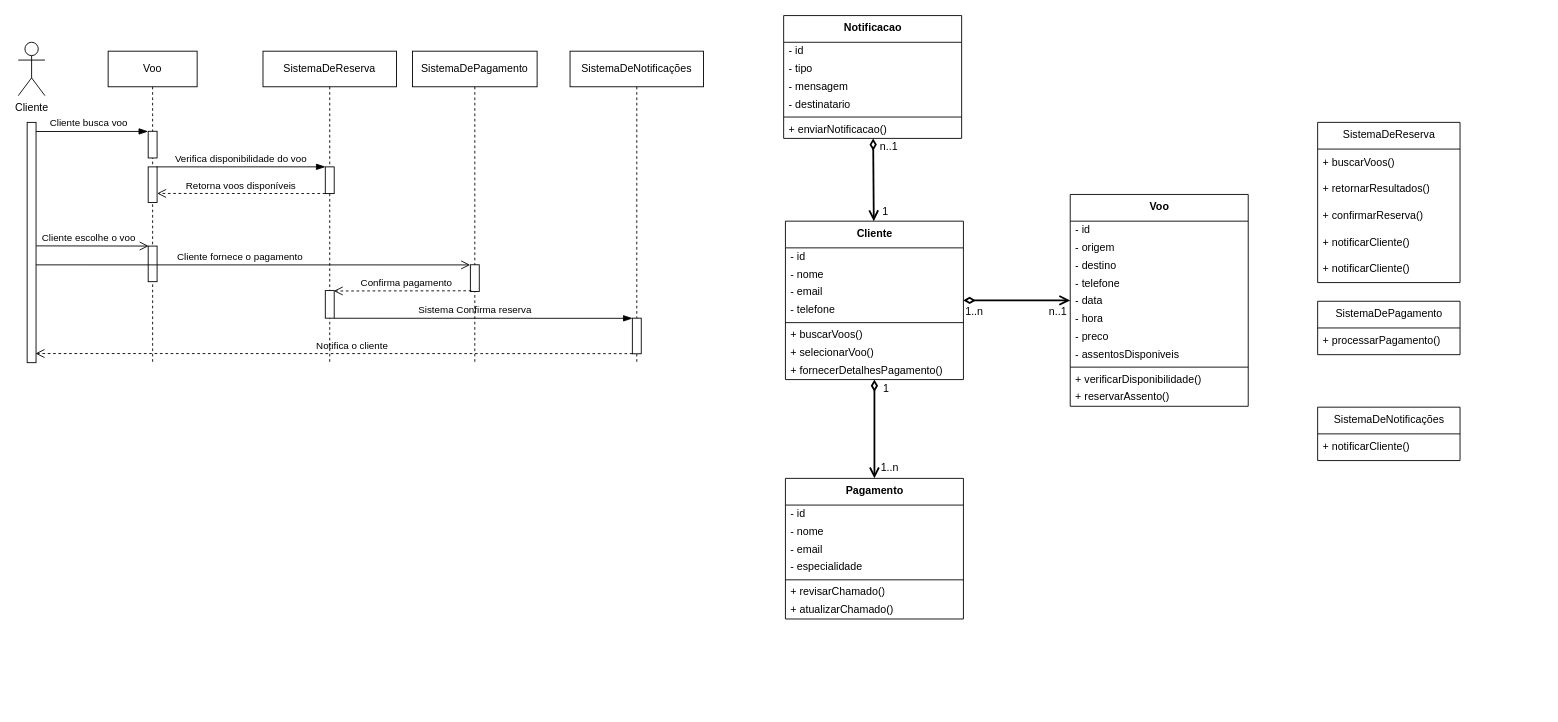
This is 2 Semestre/Tarefa 1/Diagrama-classe2.drawio from Patrick510/Design_Software_IFMS, a draw.io file, before an edit. Source tidied: cells renumbered, new cells numbered last; positions are measured from the earlier drawing's top-left corner, leaving out a move shared by most shapes. Both pictures are drawn from the tidied source at 89%, with x=0, y=0 at pixel (18, 15).
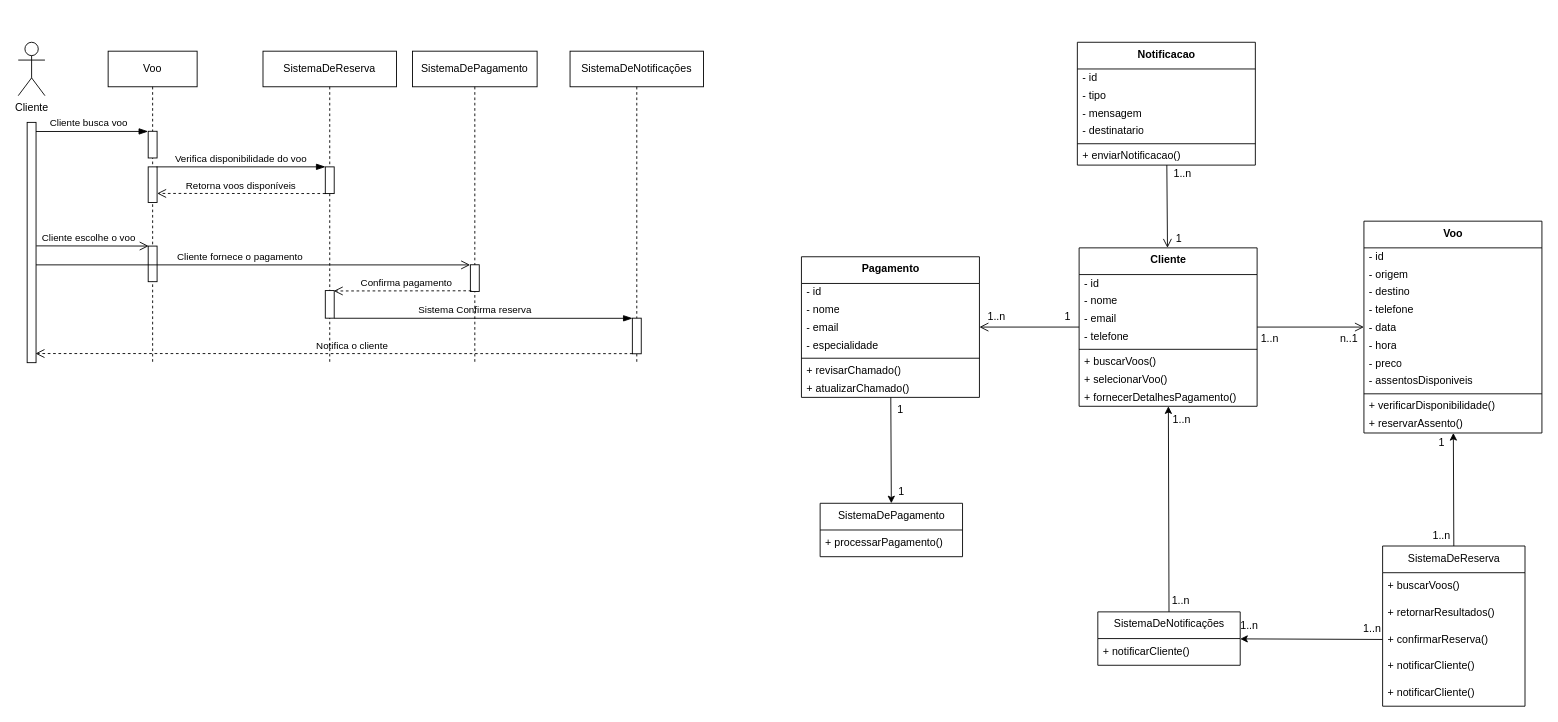
The same diagram, later.

Commit message (it also covers changes not shown here):
chore: Fix whitespace issue in Trabalho 1 - Diagramas - Resolvido.docx

Unchanged cells that the change refers to:
```xml
<mxCell id="41" value="+ confirmarReserva()" style="text;html=1;strokeColor=none;fillColor=none;align=left;verticalAlign=middle;spacingLeft=4;spacingRight=4;overflow=hidden;points=[[0,0.5],[1,0.5]];portConstraint=eastwest;" parent="38" vertex="1">
  <mxGeometry y="90" width="160" height="30" as="geometry" />
</mxCell>
```

Change to the diagram source:
```diff
@@
     <mxCell id="2" value="&lt;b&gt;Cliente&lt;/b&gt;" style="swimlane;fontStyle=0;align=center;verticalAlign=top;horizontal=1;startSize=30;html=1;" parent="1" vertex="1">
-      <mxGeometry x="862" y="231" width="200" height="178" as="geometry" />
+      <mxGeometry x="1192" y="261" width="200" height="178" as="geometry" />
     </mxCell>
@@
     <mxCell id="11" value="&lt;b&gt;Notificacao&lt;/b&gt;" style="swimlane;fontStyle=0;align=center;verticalAlign=top;horizontal=1;startSize=30;html=1;" parent="1" vertex="1">
-      <mxGeometry x="860" width="200" height="138" as="geometry" />
+      <mxGeometry x="1190" y="30" width="200" height="138" as="geometry" />
     </mxCell>
@@
     <mxCell id="18" value="&lt;b&gt;Pagamento&lt;/b&gt;" style="swimlane;fontStyle=0;align=center;verticalAlign=top;horizontal=1;startSize=30;html=1;" parent="1" vertex="1">
-      <mxGeometry x="862" y="520" width="200" height="158" as="geometry" />
+      <mxGeometry x="880" y="271" width="200" height="158" as="geometry" />
     </mxCell>
@@
     <mxCell id="26" value="&lt;b&gt;Voo&lt;/b&gt;" style="swimlane;fontStyle=0;align=center;verticalAlign=top;horizontal=1;startSize=30;html=1;" parent="1" vertex="1">
-      <mxGeometry x="1182" y="201" width="200" height="238" as="geometry" />
+      <mxGeometry x="1512" y="231" width="200" height="238" as="geometry" />
     </mxCell>
@@
+    <mxCell id="78" style="edgeStyle=none;html=1;exitX=0.5;exitY=0;exitDx=0;exitDy=0;" parent="1" edge="1" source="38" target="26">
+      <mxGeometry relative="1" as="geometry" />
+    </mxCell>
     <mxCell id="38" value="SistemaDeReserva" style="swimlane;fontStyle=0;align=center;verticalAlign=top;horizontal=1;startSize=30;html=1;" parent="1" vertex="1">
-      <mxGeometry x="1460" y="120" width="160" height="180" as="geometry" />
+      <mxGeometry x="1533" y="596" width="160" height="180" as="geometry" />
     </mxCell>
@@
     <mxCell id="44" value="SistemaDePagamento" style="swimlane;fontStyle=0;align=center;verticalAlign=top;horizontal=1;startSize=30;html=1;" parent="1" vertex="1">
-      <mxGeometry x="1460" y="321" width="160" height="60" as="geometry" />
+      <mxGeometry x="901" y="548" width="160" height="60" as="geometry" />
     </mxCell>
@@
+    <mxCell id="79" style="edgeStyle=none;html=1;exitX=0.5;exitY=0;exitDx=0;exitDy=0;" parent="1" edge="1" source="46" target="2">
+      <mxGeometry relative="1" as="geometry" />
+    </mxCell>
     <mxCell id="46" value="SistemaDeNotificações" style="swimlane;fontStyle=0;align=center;verticalAlign=top;horizontal=1;startSize=30;html=1;" parent="1" vertex="1">
-      <mxGeometry x="1460" y="440" width="160" height="60" as="geometry" />
+      <mxGeometry x="1213" y="670" width="160" height="60" as="geometry" />
     </mxCell>
@@
-    <mxCell id="48" style="endArrow=open;startArrow=diamondThin;endFill=0;startFill=0;html=1;verticalAlign=bottom;labelBackgroundColor=none;strokeWidth=2;startSize=8;endSize=8;" parent="1" edge="1" source="2" target="26">
+    <mxCell id="48" style="endArrow=open;startArrow=none;endFill=0;startFill=0;html=1;verticalAlign=bottom;labelBackgroundColor=none;strokeWidth=1;startSize=8;endSize=8;" parent="1" edge="1" source="2" target="26">
       <mxGeometry relative="1" as="geometry" />
     </mxCell>
-    <mxCell id="49" style="endArrow=open;startArrow=diamondThin;endFill=0;startFill=0;html=1;verticalAlign=bottom;labelBackgroundColor=none;strokeWidth=2;startSize=8;endSize=8;" parent="1" edge="1" source="2" target="18">
+    <mxCell id="49" style="endArrow=open;startArrow=none;endFill=0;startFill=0;html=1;verticalAlign=bottom;labelBackgroundColor=none;strokeWidth=1;startSize=8;endSize=8;" parent="1" edge="1" source="2" target="18">
       <mxGeometry relative="1" as="geometry" />
     </mxCell>
-    <mxCell id="50" style="endArrow=open;startArrow=diamondThin;endFill=0;startFill=0;html=1;verticalAlign=bottom;labelBackgroundColor=none;strokeWidth=2;startSize=8;endSize=8;" parent="1" edge="1" source="11" target="2">
+    <mxCell id="50" style="endArrow=open;startArrow=none;endFill=0;startFill=0;html=1;verticalAlign=bottom;labelBackgroundColor=none;strokeWidth=1;startSize=8;endSize=8;" parent="1" edge="1" source="11" target="2">
       <mxGeometry relative="1" as="geometry" />
     </mxCell>
@@
-    <mxCell id="72" value="n..1" style="text;html=1;strokeColor=none;fillColor=none;align=center;verticalAlign=middle;whiteSpace=wrap;rounded=0;" parent="1" vertex="1">
-      <mxGeometry x="970" y="138" width="17" height="20" as="geometry" />
+    <mxCell id="72" value="1..n" style="text;html=1;strokeColor=none;fillColor=none;align=center;verticalAlign=middle;whiteSpace=wrap;rounded=0;" parent="1" vertex="1">
+      <mxGeometry x="1300" y="168" width="17" height="20" as="geometry" />
     </mxCell>
     <mxCell id="73" value="1" style="text;html=1;strokeColor=none;fillColor=none;align=center;verticalAlign=middle;whiteSpace=wrap;rounded=0;" parent="1" vertex="1">
-      <mxGeometry x="966" y="211" width="17" height="20" as="geometry" />
+      <mxGeometry x="1296" y="241" width="17" height="20" as="geometry" />
     </mxCell>
     <mxCell id="74" value="1" style="text;html=1;strokeColor=none;fillColor=none;align=center;verticalAlign=middle;whiteSpace=wrap;rounded=0;" parent="1" vertex="1">
-      <mxGeometry x="967" y="409" width="17" height="20" as="geometry" />
+      <mxGeometry x="1171" y="329" width="17" height="20" as="geometry" />
     </mxCell>
     <mxCell id="75" value="1..n" style="text;html=1;strokeColor=none;fillColor=none;align=center;verticalAlign=middle;whiteSpace=wrap;rounded=0;" parent="1" vertex="1">
-      <mxGeometry x="971" y="498" width="17" height="20" as="geometry" />
+      <mxGeometry x="1091" y="328" width="17" height="20" as="geometry" />
     </mxCell>
     <mxCell id="76" value="1..n" style="text;html=1;strokeColor=none;fillColor=none;align=center;verticalAlign=middle;whiteSpace=wrap;rounded=0;" parent="1" vertex="1">
-      <mxGeometry x="1066" y="323" width="17" height="20" as="geometry" />
+      <mxGeometry x="1398" y="353" width="17" height="20" as="geometry" />
     </mxCell>
     <mxCell id="77" value="n..1" style="text;html=1;strokeColor=none;fillColor=none;align=center;verticalAlign=middle;whiteSpace=wrap;rounded=0;" parent="1" vertex="1">
-      <mxGeometry x="1160" y="323" width="17" height="20" as="geometry" />
+      <mxGeometry x="1487" y="353" width="17" height="20" as="geometry" />
     </mxCell>
+    <mxCell id="80" style="edgeStyle=none;html=1;entryX=0.5;entryY=0;entryDx=0;entryDy=0;" parent="1" edge="1" source="18" target="44">
+      <mxGeometry relative="1" as="geometry" />
+    </mxCell>
+    <mxCell id="81" style="edgeStyle=none;html=1;exitX=0;exitY=0.5;exitDx=0;exitDy=0;" parent="1" edge="1" source="41" target="46">
+      <mxGeometry relative="1" as="geometry" />
+    </mxCell>
+    <mxCell id="82" value="1" style="text;html=1;strokeColor=none;fillColor=none;align=center;verticalAlign=middle;whiteSpace=wrap;rounded=0;" parent="1" vertex="1">
+      <mxGeometry x="983" y="433" width="17" height="20" as="geometry" />
+    </mxCell>
+    <mxCell id="83" value="1" style="text;html=1;strokeColor=none;fillColor=none;align=center;verticalAlign=middle;whiteSpace=wrap;rounded=0;" parent="1" vertex="1">
+      <mxGeometry x="984" y="525" width="17" height="20" as="geometry" />
+    </mxCell>
+    <mxCell id="84" value="1..n" style="text;html=1;strokeColor=none;fillColor=none;align=center;verticalAlign=middle;whiteSpace=wrap;rounded=0;" parent="1" vertex="1">
+      <mxGeometry x="1298" y="648" width="17" height="20" as="geometry" />
+    </mxCell>
+    <mxCell id="85" value="1..n" style="text;html=1;strokeColor=none;fillColor=none;align=center;verticalAlign=middle;whiteSpace=wrap;rounded=0;" parent="1" vertex="1">
+      <mxGeometry x="1299" y="444" width="17" height="20" as="geometry" />
+    </mxCell>
+    <mxCell id="86" value="1" style="text;html=1;strokeColor=none;fillColor=none;align=center;verticalAlign=middle;whiteSpace=wrap;rounded=0;" parent="1" vertex="1">
+      <mxGeometry x="1591" y="470" width="17" height="20" as="geometry" />
+    </mxCell>
+    <mxCell id="87" value="1..n" style="text;html=1;strokeColor=none;fillColor=none;align=center;verticalAlign=middle;whiteSpace=wrap;rounded=0;" parent="1" vertex="1">
+      <mxGeometry x="1591" y="575" width="17" height="20" as="geometry" />
+    </mxCell>
+    <mxCell id="88" value="1..n" style="text;html=1;strokeColor=none;fillColor=none;align=center;verticalAlign=middle;whiteSpace=wrap;rounded=0;" parent="1" vertex="1">
+      <mxGeometry x="1375" y="676" width="17" height="20" as="geometry" />
+    </mxCell>
+    <mxCell id="89" value="1..n" style="text;html=1;strokeColor=none;fillColor=none;align=center;verticalAlign=middle;whiteSpace=wrap;rounded=0;" parent="1" vertex="1">
+      <mxGeometry x="1513" y="679" width="17" height="20" as="geometry" />
+    </mxCell>
```
